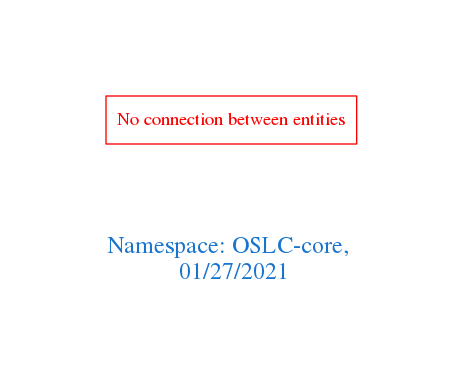
Before: downloads/OSLC-core.png, a diagram exported from Graphviz (arago/OGIT). Its source is kept beside it as downloads/OSLC-core.dot.
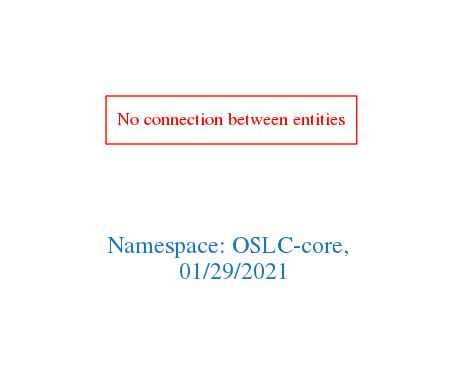
Above is the later version.

Change to the diagram source:
```diff
@@ -1,7 +1,7 @@
 digraph OGIT_ontology {
  graph [ rankdir= LR,pad=1
 fontsize = 18,
-fontcolor= dodgerblue3,label = "\n\n\nNamespace: OSLC-core, \n 01/27/2021"];
+fontcolor= dodgerblue3,label = "\n\n\nNamespace: OSLC-core, \n 01/29/2021"];
 node[shape=polygon];
 edge [  color="gray81"];
 
```
